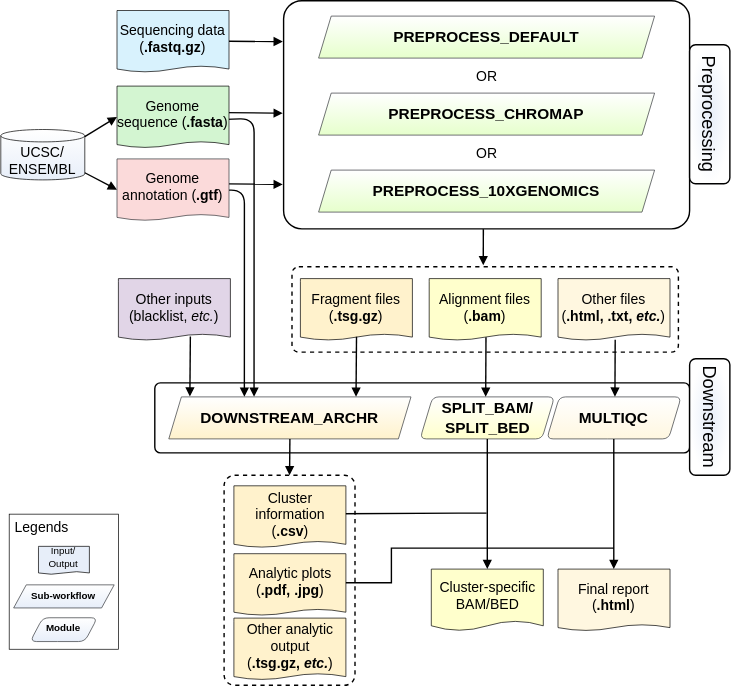
hukai916/scATACpipe keeps this draw.io diagram as docs/images/Figure 1 workflow v3.drawio.svg. Above is the earlier version. Source tidied: cells renumbered, new cells last; positions are measured from the earlier drawing's top-left corner, leaving out a move shared by most shapes.
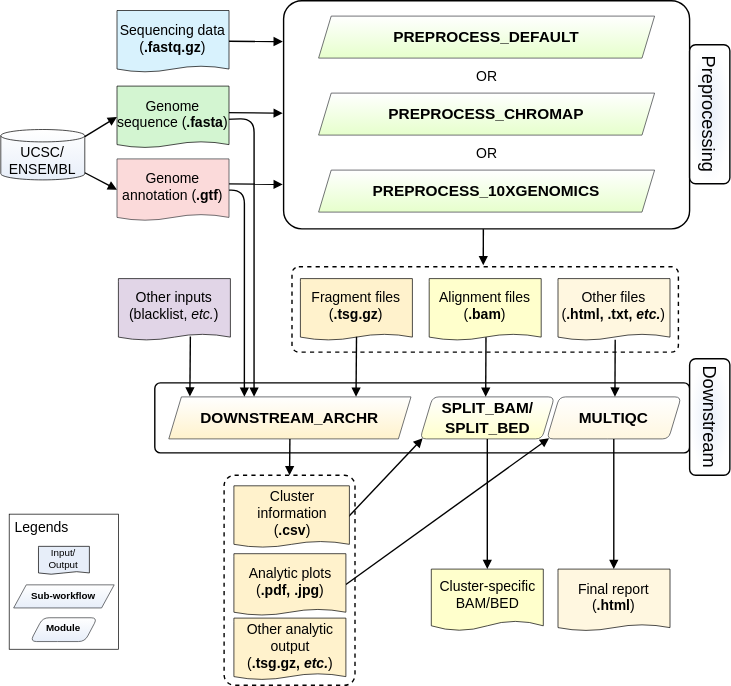
After the change.

What changed in the source:
```diff
@@ -144,18 +144,6 @@
         <mxPoint x="437.9" y="406" as="targetPoint" />
       </mxGeometry>
     </mxCell>
-    <mxCell id="42" style="endArrow=none;html=1;rounded=1;shadow=0;sketch=0;fontSize=13;endSize=4;targetPerimeterSpacing=0;strokeColor=#000000;strokeWidth=1;jumpSize=0;exitX=1;exitY=0.5;exitDx=0;exitDy=0;" parent="2" edge="1">
-      <mxGeometry relative="1" as="geometry">
-        <mxPoint x="243.5" y="366.5" as="sourcePoint" />
-        <mxPoint x="347" y="366" as="targetPoint" />
-        <Array as="points">
-          <mxPoint x="337" y="366" />
-        </Array>
-      </mxGeometry>
-    </mxCell>
-    <mxCell id="43" value="Cluster information&lt;br&gt;(&lt;b&gt;.csv&lt;/b&gt;)" style="shape=document;whiteSpace=wrap;boundedLbl=1;fontSize=10;fillColor=#fff2cc;strokeColor=#000000;fontStyle=0;size=0.1;html=1;spacing=0;strokeWidth=0.5;" parent="2" vertex="1">
-      <mxGeometry x="166.5" y="346.5" width="80" height="44" as="geometry" />
-    </mxCell>
     <mxCell id="44" value="Input/&lt;br style=&quot;font-size: 7px;&quot;&gt;Output" style="shape=document;whiteSpace=wrap;boundedLbl=1;fontSize=7;fillColor=#E7EEF9;strokeColor=#000000;fontStyle=0;size=0.1;html=1;spacing=0;strokeWidth=0.5;" parent="2" vertex="1">
       <mxGeometry x="26.9" y="389.8" width="36.4" height="20" as="geometry" />
     </mxCell>
@@ -174,15 +162,17 @@
     <mxCell id="49" style="endArrow=block;html=1;rounded=1;strokeWidth=1;fillColor=#d5e8d4;strokeColor=#000000;endFill=1;jumpSize=0;sketch=0;shadow=0;snapToPoint=1;endSize=4;targetPerimeterSpacing=0;entryX=0.5;entryY=0;entryDx=0;entryDy=0;exitX=0.5;exitY=1;exitDx=0;exitDy=0;" parent="2" edge="1" source="39" target="35">
       <mxGeometry relative="1" as="geometry" />
     </mxCell>
-    <mxCell id="50" style="edgeStyle=elbowEdgeStyle;elbow=horizontal;endArrow=none;html=1;rounded=0;endFill=0;endSize=4;" parent="2" edge="1">
-      <mxGeometry relative="1" as="geometry">
-        <mxPoint x="245.5" y="415.8" as="sourcePoint" />
-        <mxPoint x="438" y="391" as="targetPoint" />
-        <Array as="points">
-          <mxPoint x="279" y="411" />
-        </Array>
-      </mxGeometry>
-    </mxCell>
+    <mxCell id="52" style="endArrow=block;html=1;rounded=1;strokeWidth=1;fillColor=#d5e8d4;strokeColor=#000000;endFill=1;jumpSize=0;sketch=0;shadow=0;snapToPoint=1;endSize=4;targetPerimeterSpacing=0;entryX=0.019;entryY=0.985;entryDx=0;entryDy=0;entryPerimeter=0;exitX=0.994;exitY=0.498;exitDx=0;exitDy=0;exitPerimeter=0;" parent="2" edge="1" source="43" target="21">
+      <mxGeometry relative="1" as="geometry" />
+    </mxCell>
+    <mxCell id="43" value="Cluster&lt;br&gt;information&lt;br&gt;(&lt;b&gt;.csv&lt;/b&gt;)" style="shape=document;whiteSpace=wrap;boundedLbl=1;fontSize=10;fillColor=#fff2cc;strokeColor=#000000;fontStyle=0;size=0.1;html=1;spacing=0;strokeWidth=0.5;" parent="2" vertex="1">
+      <mxGeometry x="166.5" y="346.5" width="82.5" height="44" as="geometry" />
+    </mxCell>
+    <mxCell id="53" style="endArrow=block;html=1;rounded=1;strokeWidth=1;fillColor=#d5e8d4;strokeColor=#000000;endFill=1;jumpSize=0;sketch=0;shadow=0;snapToPoint=1;endSize=4;targetPerimeterSpacing=0;entryX=0.027;entryY=0.983;entryDx=0;entryDy=0;entryPerimeter=0;exitX=1;exitY=0.5;exitDx=0;exitDy=0;" parent="2" edge="1" source="51">
+      <mxGeometry relative="1" as="geometry">
+        <mxPoint x="391.6" y="312.5" as="targetPoint" />
+      </mxGeometry>
+    </mxCell>
     <mxCell id="51" value="Analytic plots&lt;br&gt;(&lt;b&gt;.pdf, .jpg&lt;/b&gt;)" style="shape=document;whiteSpace=wrap;boundedLbl=1;fontSize=10;fillColor=#fff2cc;strokeColor=#000000;fontStyle=0;size=0.1;html=1;spacing=0;strokeWidth=0.5;" parent="2" vertex="1">
       <mxGeometry x="166.5" y="395" width="80" height="44" as="geometry" />
     </mxCell>
```
